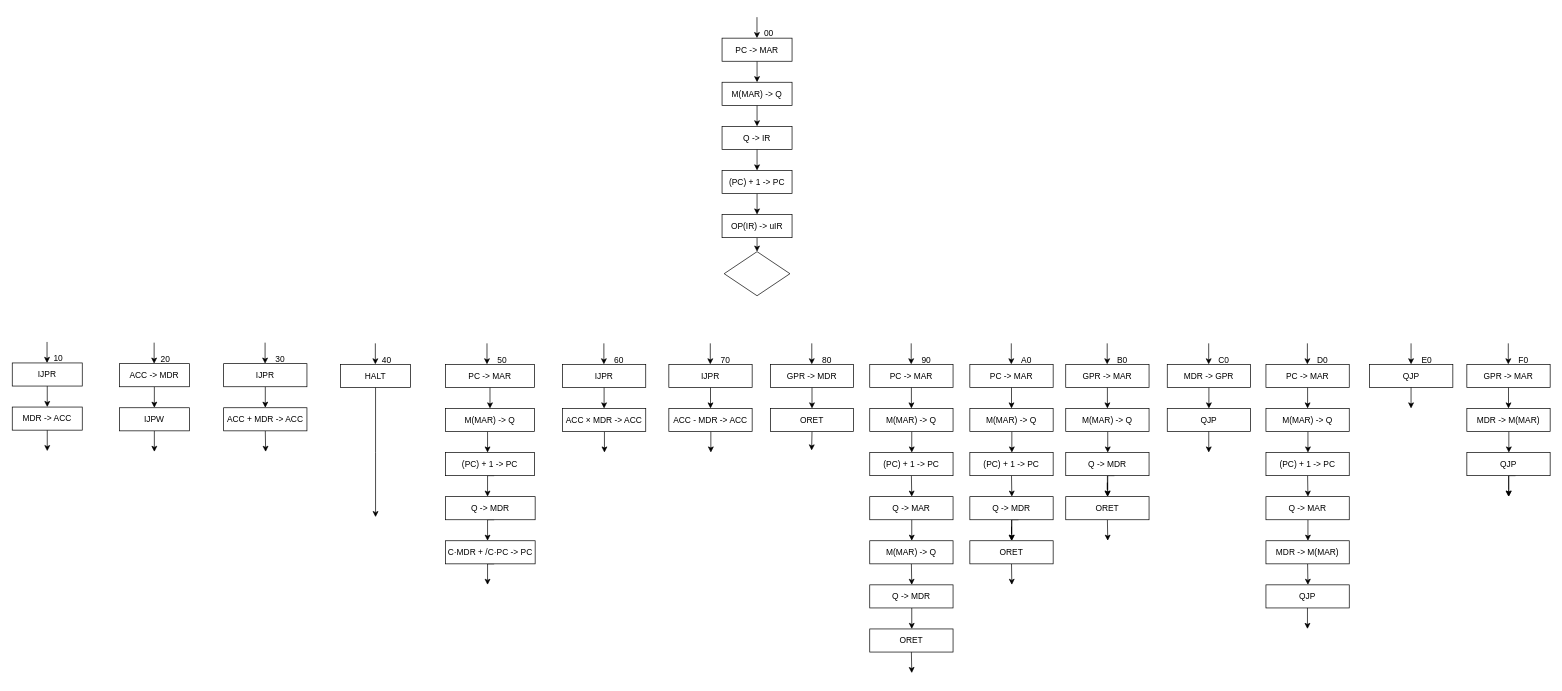
Before: toHandOn/微程序流程图.drawio in ShiaoYoung/Computer_Composition_Experiment, a draw.io diagram. Source tidied: cells renumbered, new cells numbered last; positions are measured from the earlier drawing's top-left corner, leaving out a move shared by most shapes. Both pictures are drawn from the tidied source at 70%, with x=0, y=0 at pixel (12, 17).
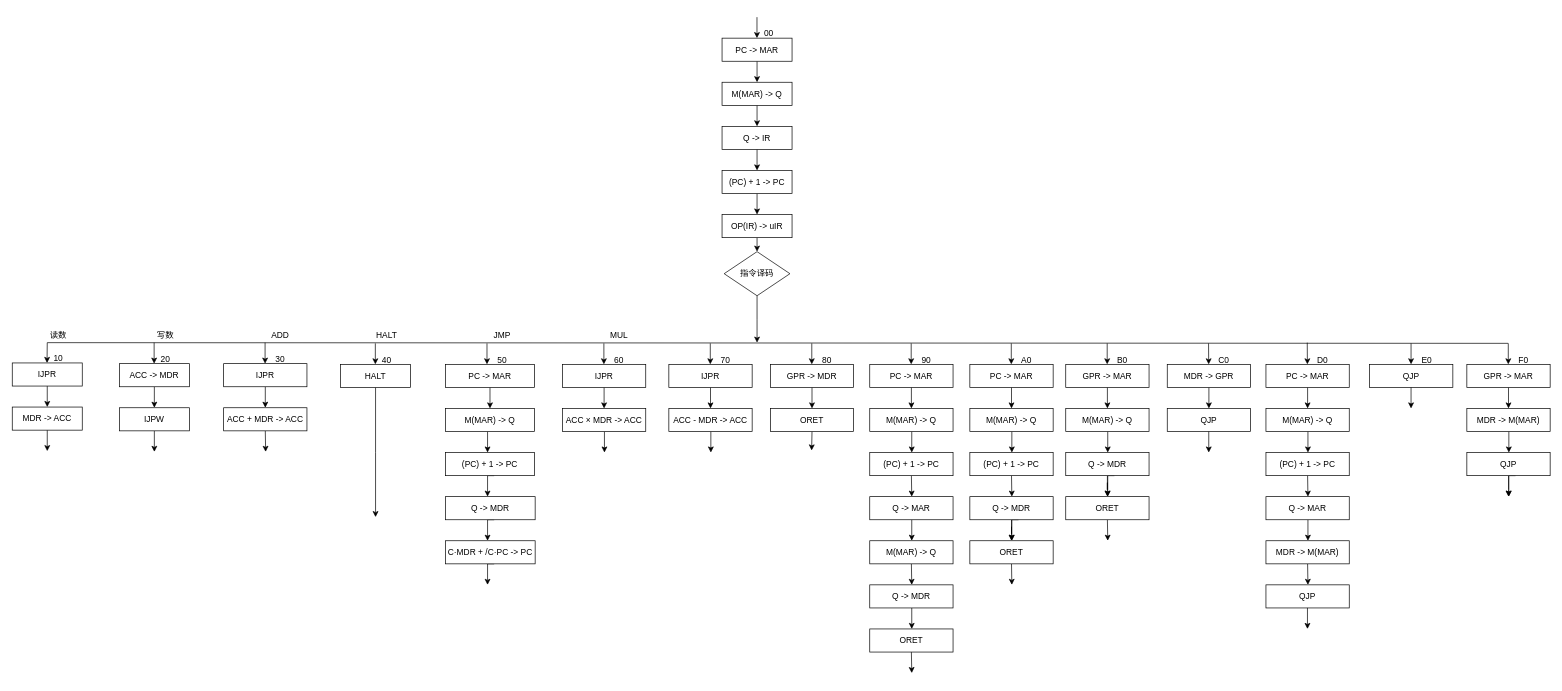
After the change.

Commit message (it also covers changes not shown here):
更新微程序流程图.drawio

Diff of the diagram source:
```diff
@@
+    <mxCell id="140" style="edgeStyle=orthogonalEdgeStyle;rounded=0;jettySize=auto;html=1;exitX=0.5;exitY=1;exitDx=0;exitDy=0;" parent="1" edge="1" source="12">
+      <mxGeometry relative="1" as="geometry">
+        <mxPoint x="1064" y="465" as="targetPoint" />
+      </mxGeometry>
+    </mxCell>
-    <mxCell id="12" style="rhombus;whiteSpace=wrap;html=1;" parent="1" vertex="1">
+    <mxCell id="12" value="指令译码" style="rhombus;whiteSpace=wrap;html=1;" parent="1" vertex="1">
       <mxGeometry x="1017" y="335" width="94" height="63" as="geometry" />
     </mxCell>
@@
-    <mxCell id="20" style="edgeStyle=orthogonalEdgeStyle;rounded=0;orthogonalLoop=1;jettySize=auto;html=1;exitX=0.5;exitY=1;exitDx=0;exitDy=0;entryX=0.5;entryY=0;entryDx=0;entryDy=0;" parent="1" edge="1">
+    <mxCell id="20" style="edgeStyle=orthogonalEdgeStyle;rounded=0;orthogonalLoop=1;jettySize=auto;html=1;entryX=0.5;entryY=0;entryDx=0;entryDy=0;" parent="1" edge="1">
       <mxGeometry relative="1" as="geometry">
-        <mxPoint x="49.7" y="464" as="sourcePoint" />
+        <mxPoint x="50" y="465" as="sourcePoint" />
         <mxPoint x="49.7" y="494" as="targetPoint" />
       </mxGeometry>
     </mxCell>
@@
-    <mxCell id="111" style="edgeStyle=orthogonalEdgeStyle;rounded=0;orthogonalLoop=1;jettySize=auto;html=1;exitX=0.5;exitY=1;exitDx=0;exitDy=0;entryX=0.5;entryY=0;entryDx=0;entryDy=0;" parent="1" edge="1">
+    <mxCell id="111" style="edgeStyle=orthogonalEdgeStyle;rounded=0;orthogonalLoop=1;jettySize=auto;html=1;entryX=0.5;entryY=0;entryDx=0;entryDy=0;" parent="1" edge="1">
       <mxGeometry relative="1" as="geometry">
-        <mxPoint x="1709.2" y="466" as="sourcePoint" />
+        <mxPoint x="1709" y="466" as="sourcePoint" />
         <mxPoint x="1709.2" y="496" as="targetPoint" />
       </mxGeometry>
     </mxCell>
@@
-    <mxCell id="117" style="edgeStyle=orthogonalEdgeStyle;rounded=0;orthogonalLoop=1;jettySize=auto;html=1;exitX=0.5;exitY=1;exitDx=0;exitDy=0;entryX=0.5;entryY=0;entryDx=0;entryDy=0;" parent="1" edge="1">
+    <mxCell id="117" style="edgeStyle=orthogonalEdgeStyle;rounded=0;orthogonalLoop=1;jettySize=auto;html=1;entryX=0.5;entryY=0;entryDx=0;entryDy=0;" parent="1" edge="1">
       <mxGeometry relative="1" as="geometry">
-        <mxPoint x="1850.2" y="466" as="sourcePoint" />
+        <mxPoint x="1850" y="465" as="sourcePoint" />
         <mxPoint x="1850.2" y="496" as="targetPoint" />
       </mxGeometry>
     </mxCell>
@@
+    <mxCell id="141" style="endArrow=none;html=1;rounded=0;" parent="1" edge="1">
+      <mxGeometry relative="1" as="geometry">
+        <mxPoint x="50" y="465" as="sourcePoint" />
+        <mxPoint x="2137" y="466" as="targetPoint" />
+      </mxGeometry>
+    </mxCell>
+    <mxCell id="142" value="读数" style="text;html=1;align=center;verticalAlign=middle;whiteSpace=wrap;rounded=0;" parent="1" vertex="1">
+      <mxGeometry x="36" y="440" width="60" height="30" as="geometry" />
+    </mxCell>
+    <mxCell id="143" value="写数" style="text;html=1;align=center;verticalAlign=middle;whiteSpace=wrap;rounded=0;" parent="1" vertex="1">
+      <mxGeometry x="189" y="440" width="60" height="30" as="geometry" />
+    </mxCell>
+    <mxCell id="144" value="ADD" style="text;html=1;align=center;verticalAlign=middle;whiteSpace=wrap;rounded=0;" parent="1" vertex="1">
+      <mxGeometry x="353" y="440" width="60" height="30" as="geometry" />
+    </mxCell>
+    <mxCell id="145" value="HALT" style="text;html=1;align=center;verticalAlign=middle;whiteSpace=wrap;rounded=0;" parent="1" vertex="1">
+      <mxGeometry x="505" y="440" width="60" height="30" as="geometry" />
+    </mxCell>
+    <mxCell id="146" value="JMP" style="text;html=1;align=center;verticalAlign=middle;whiteSpace=wrap;rounded=0;" parent="1" vertex="1">
+      <mxGeometry x="670" y="440" width="60" height="30" as="geometry" />
+    </mxCell>
+    <mxCell id="147" value="MUL" style="text;html=1;align=center;verticalAlign=middle;whiteSpace=wrap;rounded=0;" parent="1" vertex="1">
+      <mxGeometry x="837" y="440" width="60" height="30" as="geometry" />
+    </mxCell>
```
